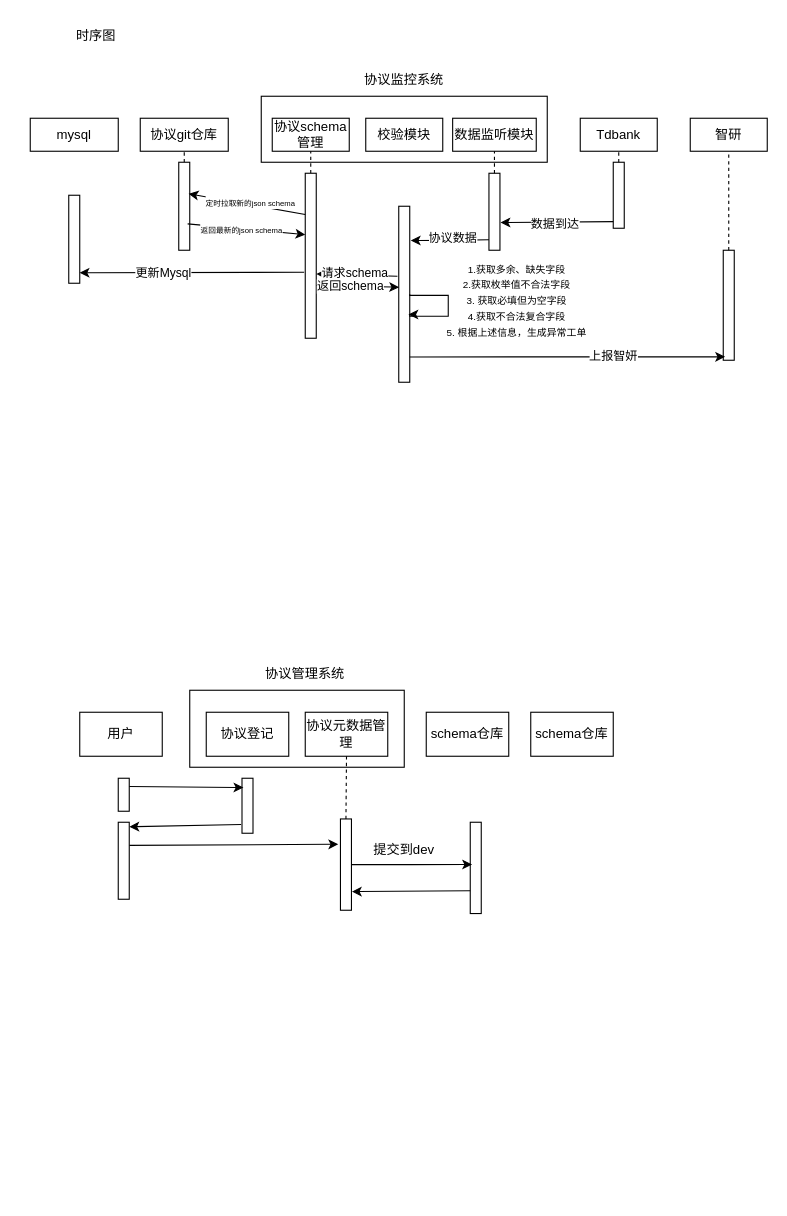
Earlier version of the draw.io diagram 协议治理-设计.drawio (ksd11/charts). Source tidied: cells renumbered, new cells numbered last; positions are measured from the earlier drawing's top-left corner, leaving out a move shared by most shapes. Both pictures are drawn from the tidied source at 110%, with x=0, y=0 at pixel (30, 19).
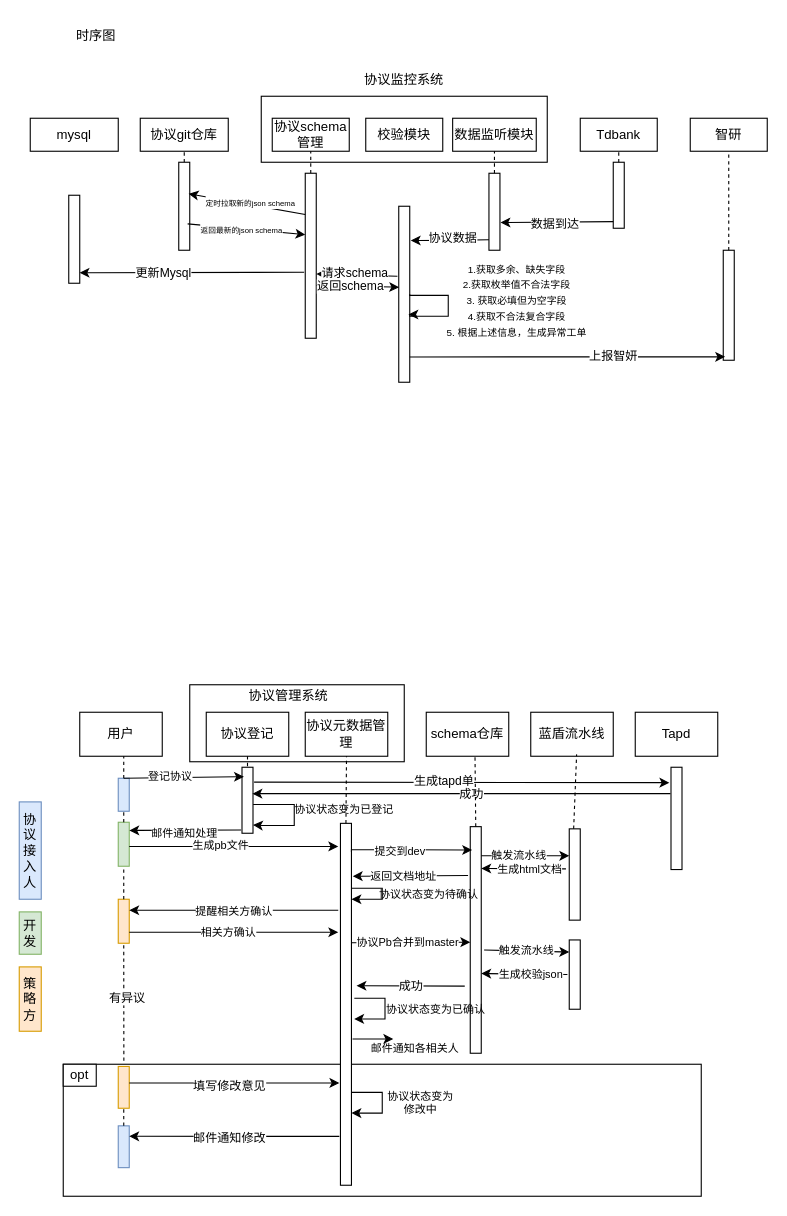
The same diagram, later.

Commit message (it also covers changes not shown here):
更新协议治理-设计.drawio

The change refers to these unchanged cells:
```xml
<mxCell id="44" value="协议登记" style="rounded=0;whiteSpace=wrap;html=1;" parent="1" vertex="1">
  <mxGeometry x="160" y="630" width="75" height="40" as="geometry" />
</mxCell>
<mxCell id="55" value="schema仓库" style="rounded=0;whiteSpace=wrap;html=1;" parent="1" vertex="1">
  <mxGeometry x="360" y="630" width="75" height="40" as="geometry" />
</mxCell>
```

What changed in the source:
```diff
@@
+    <mxCell id="61" style="rounded=0;whiteSpace=wrap;html=1;" parent="1" vertex="1">
+      <mxGeometry x="30" y="950" width="580" height="120" as="geometry" />
+    </mxCell>
     <mxCell id="2" style="rounded=0;whiteSpace=wrap;html=1;" parent="1" vertex="1">
-      <mxGeometry x="145" y="610" width="195" height="70" as="geometry" />
+      <mxGeometry x="145" y="605" width="195" height="70" as="geometry" />
     </mxCell>
@@
     <mxCell id="45" value="协议管理系统" style="text;html=1;align=center;verticalAlign=middle;whiteSpace=wrap;rounded=0;" parent="1" vertex="1">
-      <mxGeometry x="205" y="580" width="90" height="30" as="geometry" />
+      <mxGeometry x="190" y="600" width="90" height="30" as="geometry" />
     </mxCell>
-    <mxCell id="46" style="rounded=0;whiteSpace=wrap;html=1;" parent="1" vertex="1">
+    <mxCell id="46" style="rounded=0;whiteSpace=wrap;html=1;fillColor=#dae8fc;strokeColor=#6c8ebf;" parent="1" vertex="1">
       <mxGeometry x="80" y="690" width="10" height="30" as="geometry" />
     </mxCell>
@@
     <mxCell id="48" style="rounded=0;whiteSpace=wrap;html=1;" parent="1" vertex="1">
-      <mxGeometry x="192.5" y="690" width="10" height="50" as="geometry" />
+      <mxGeometry x="192.5" y="680" width="10" height="60" as="geometry" />
     </mxCell>
     <mxCell id="49" style="rounded=0;whiteSpace=wrap;html=1;" parent="1" vertex="1">
-      <mxGeometry x="282" y="727" width="10" height="83" as="geometry" />
+      <mxGeometry x="282" y="731" width="10" height="329" as="geometry" />
     </mxCell>
-    <mxCell id="50" style="endArrow=classic;html=1;rounded=0;exitX=1;exitY=0.25;exitDx=0;exitDy=0;entryX=0.129;entryY=0.17;entryDx=0;entryDy=0;entryPerimeter=0;" parent="1" edge="1" source="46" target="48">
+    <mxCell id="50" style="endArrow=classic;html=1;rounded=0;exitX=0.5;exitY=0;exitDx=0;exitDy=0;entryX=0.177;entryY=0.142;entryDx=0;entryDy=0;entryPerimeter=0;" parent="1" edge="1" source="46" target="48">
       <mxGeometry relative="1" as="geometry" />
     </mxCell>
+    <mxCell id="62" value="登记协议" style="edgeLabel;html=1;align=center;verticalAlign=middle;fontSize=10;" parent="50" vertex="1">
+      <mxGeometry x="-0.27" y="3" relative="1" as="geometry">
+        <mxPoint x="2" y="1" as="offset" />
+      </mxGeometry>
+    </mxCell>
-    <mxCell id="51" style="rounded=0;whiteSpace=wrap;html=1;" parent="1" vertex="1">
-      <mxGeometry x="80" y="730" width="10" height="70" as="geometry" />
+    <mxCell id="51" style="rounded=0;whiteSpace=wrap;html=1;fillColor=#d5e8d4;strokeColor=#82b366;" parent="1" vertex="1">
+      <mxGeometry x="80" y="730" width="10" height="40" as="geometry" />
     </mxCell>
-    <mxCell id="52" style="endArrow=classic;html=1;rounded=0;exitX=-0.082;exitY=0.841;exitDx=0;exitDy=0;entryX=1.011;entryY=0.059;entryDx=0;entryDy=0;entryPerimeter=0;exitPerimeter=0;" parent="1" edge="1" source="48" target="51">
-      <mxGeometry relative="1" as="geometry" />
+    <mxCell id="52" style="endArrow=classic;html=1;rounded=0;exitX=-0.082;exitY=0.841;exitDx=0;exitDy=0;entryX=1.011;entryY=0.059;entryDx=0;entryDy=0;entryPerimeter=0;exitPerimeter=0;" parent="1" edge="1">
+      <mxGeometry relative="1" as="geometry">
+        <mxPoint x="191.7" y="737" as="sourcePoint" />
+        <mxPoint x="90.1" y="737.4" as="targetPoint" />
+      </mxGeometry>
     </mxCell>
+    <mxCell id="63" value="邮件通知处理" style="edgeLabel;html=1;align=center;verticalAlign=middle;fontSize=10;" parent="52" vertex="1">
+      <mxGeometry x="0.02" y="2" relative="1" as="geometry" />
+    </mxCell>
-    <mxCell id="53" style="endArrow=classic;html=1;rounded=0;exitX=1.011;exitY=0.3;exitDx=0;exitDy=0;exitPerimeter=0;" parent="1" edge="1" source="51">
+    <mxCell id="53" style="endArrow=classic;html=1;rounded=0;" parent="1" edge="1">
       <mxGeometry relative="1" as="geometry">
-        <mxPoint x="280" y="750" as="targetPoint" />
+        <mxPoint x="90" y="752" as="sourcePoint" />
+        <mxPoint x="280" y="752" as="targetPoint" />
       </mxGeometry>
     </mxCell>
+    <mxCell id="64" value="生成pb文件" style="edgeLabel;html=1;align=center;verticalAlign=middle;fontSize=10;" parent="53" vertex="1">
+      <mxGeometry x="-0.14" y="2" relative="1" as="geometry" />
+    </mxCell>
@@
     <mxCell id="56" style="rounded=0;whiteSpace=wrap;html=1;" parent="1" vertex="1">
-      <mxGeometry x="400" y="730" width="10" height="83" as="geometry" />
+      <mxGeometry x="400" y="734" width="10" height="206" as="geometry" />
     </mxCell>
-    <mxCell id="57" style="edgeStyle=orthogonalEdgeStyle;rounded=0;jettySize=auto;html=1;exitX=1;exitY=0.5;exitDx=0;exitDy=0;entryX=0.168;entryY=0.462;entryDx=0;entryDy=0;entryPerimeter=0;" parent="1" edge="1" source="49" target="56">
-      <mxGeometry relative="1" as="geometry" />
+    <mxCell id="57" style="edgeStyle=orthogonalEdgeStyle;rounded=0;orthogonalLoop=1;jettySize=auto;html=1;exitX=1;exitY=0.25;exitDx=0;exitDy=0;entryX=0.168;entryY=0.462;entryDx=0;entryDy=0;entryPerimeter=0;" parent="1" edge="1">
+      <mxGeometry relative="1" as="geometry">
+        <mxPoint x="292" y="757.2" as="sourcePoint" />
+        <mxPoint x="401.7" y="755.3" as="targetPoint" />
+        <Array as="points">
+          <mxPoint x="292" y="755" />
+          <mxPoint x="346" y="755" />
+        </Array>
+      </mxGeometry>
     </mxCell>
-    <mxCell id="58" value="提交到dev" style="text;html=1;align=center;verticalAlign=middle;whiteSpace=wrap;rounded=0;" parent="1" vertex="1">
-      <mxGeometry x="310" y="740" width="60" height="30" as="geometry" />
+    <mxCell id="58" value="&lt;span style=&quot;font-size: 10px;&quot;&gt;提交到dev&lt;/span&gt;" style="edgeLabel;html=1;align=center;verticalAlign=middle;" parent="57" vertex="1">
+      <mxGeometry x="-0.17" relative="1" as="geometry" />
     </mxCell>
-    <mxCell id="59" style="endArrow=classic;html=1;rounded=0;exitX=0;exitY=0.75;exitDx=0;exitDy=0;entryX=1.038;entryY=0.796;entryDx=0;entryDy=0;entryPerimeter=0;" parent="1" edge="1" source="56" target="49">
-      <mxGeometry relative="1" as="geometry" />
+    <mxCell id="59" style="endArrow=classic;html=1;rounded=0;exitX=-0.195;exitY=0.298;exitDx=0;exitDy=0;entryX=1.119;entryY=0.198;entryDx=0;entryDy=0;entryPerimeter=0;exitPerimeter=0;" parent="1" edge="1">
+      <mxGeometry relative="1" as="geometry">
+        <mxPoint x="398" y="778.4" as="sourcePoint" />
+        <mxPoint x="293.2" y="779.1" as="targetPoint" />
+      </mxGeometry>
     </mxCell>
+    <mxCell id="65" value="返回文档地址" style="edgeLabel;html=1;align=center;verticalAlign=middle;fontSize=10;" parent="59" vertex="1">
+      <mxGeometry x="0.15" relative="1" as="geometry" />
+    </mxCell>
-    <mxCell id="60" value="schema仓库" style="rounded=0;whiteSpace=wrap;html=1;" parent="1" vertex="1">
+    <mxCell id="60" value="蓝盾流水线" style="rounded=0;whiteSpace=wrap;html=1;" parent="1" vertex="1">
       <mxGeometry x="455" y="630" width="75" height="40" as="geometry" />
     </mxCell>
+    <mxCell id="66" style="rounded=0;whiteSpace=wrap;html=1;" parent="1" vertex="1">
+      <mxGeometry x="490" y="736" width="10" height="83" as="geometry" />
+    </mxCell>
+    <mxCell id="67" style="endArrow=classic;html=1;rounded=0;entryX=0;entryY=0.5;entryDx=0;entryDy=0;" parent="1" edge="1">
+      <mxGeometry relative="1" as="geometry">
+        <mxPoint x="410" y="760.5" as="sourcePoint" />
+        <mxPoint x="490" y="760.5" as="targetPoint" />
+      </mxGeometry>
+    </mxCell>
+    <mxCell id="68" value="触发流水线" style="edgeLabel;html=1;align=center;verticalAlign=middle;fontSize=10;" parent="67" vertex="1">
+      <mxGeometry x="-0.17" relative="1" as="geometry">
+        <mxPoint y="-1" as="offset" />
+      </mxGeometry>
+    </mxCell>
+    <mxCell id="69" style="endArrow=classic;html=1;rounded=0;exitX=-0.303;exitY=0.655;exitDx=0;exitDy=0;exitPerimeter=0;" parent="1" edge="1">
+      <mxGeometry relative="1" as="geometry">
+        <mxPoint x="487" y="772.4" as="sourcePoint" />
+        <mxPoint x="410" y="772" as="targetPoint" />
+      </mxGeometry>
+    </mxCell>
+    <mxCell id="70" value="生成html文档" style="edgeLabel;html=1;align=center;verticalAlign=middle;fontSize=10;" parent="69" vertex="1">
+      <mxGeometry x="-0.12" relative="1" as="geometry" />
+    </mxCell>
+    <mxCell id="71" style="rounded=0;whiteSpace=wrap;html=1;fillColor=#ffe6cc;strokeColor=#d79b00;" parent="1" vertex="1">
+      <mxGeometry x="80" y="800" width="10" height="40" as="geometry" />
+    </mxCell>
+    <mxCell id="72" value="Tapd" style="rounded=0;whiteSpace=wrap;html=1;" parent="1" vertex="1">
+      <mxGeometry x="550" y="630" width="75" height="40" as="geometry" />
+    </mxCell>
+    <mxCell id="73" style="endArrow=classic;html=1;rounded=0;exitX=1;exitY=0.25;exitDx=0;exitDy=0;" parent="1" edge="1">
+      <mxGeometry relative="1" as="geometry">
+        <mxPoint x="203.5" y="693.5" as="sourcePoint" />
+        <mxPoint x="581" y="694" as="targetPoint" />
+      </mxGeometry>
+    </mxCell>
+    <mxCell id="74" value="生成tapd单" style="edgeLabel;html=1;align=center;verticalAlign=middle;" parent="73" vertex="1">
+      <mxGeometry x="-0.09" y="1" relative="1" as="geometry" />
+    </mxCell>
+    <mxCell id="75" style="rounded=0;whiteSpace=wrap;html=1;" parent="1" vertex="1">
+      <mxGeometry x="582.5" y="680" width="10" height="93" as="geometry" />
+    </mxCell>
+    <mxCell id="76" style="endArrow=classic;html=1;rounded=0;edgeStyle=orthogonalEdgeStyle;exitX=1.015;exitY=0.375;exitDx=0;exitDy=0;exitPerimeter=0;entryX=1;entryY=0.75;entryDx=0;entryDy=0;" parent="1" edge="1">
+      <mxGeometry relative="1" as="geometry">
+        <mxPoint x="202.6" y="713.8" as="sourcePoint" />
+        <mxPoint x="202.5" y="732.5" as="targetPoint" />
+        <Array as="points">
+          <mxPoint x="240" y="714" />
+          <mxPoint x="240" y="733" />
+          <mxPoint x="210" y="733" />
+        </Array>
+      </mxGeometry>
+    </mxCell>
+    <mxCell id="77" value="协议状态变为已登记" style="text;html=1;align=center;verticalAlign=middle;whiteSpace=wrap;rounded=0;fontSize=10;" parent="1" vertex="1">
+      <mxGeometry x="227.5" y="703" width="115" height="30" as="geometry" />
+    </mxCell>
+    <mxCell id="78" style="endArrow=classic;html=1;rounded=0;entryX=1;entryY=0.25;entryDx=0;entryDy=0;" parent="1" edge="1" target="71">
+      <mxGeometry relative="1" as="geometry">
+        <mxPoint x="280" y="810" as="sourcePoint" />
+      </mxGeometry>
+    </mxCell>
+    <mxCell id="79" value="提醒相关方确认" style="edgeLabel;html=1;align=center;verticalAlign=middle;fontSize=10;" parent="78" vertex="1">
+      <mxGeometry x="0.01" relative="1" as="geometry" />
+    </mxCell>
+    <mxCell id="80" style="endArrow=classic;html=1;rounded=0;exitX=1;exitY=0.75;exitDx=0;exitDy=0;" parent="1" edge="1" source="71">
+      <mxGeometry relative="1" as="geometry">
+        <mxPoint x="280" y="830" as="targetPoint" />
+      </mxGeometry>
+    </mxCell>
+    <mxCell id="81" value="相关方确认" style="edgeLabel;html=1;align=center;verticalAlign=middle;fontSize=10;" parent="80" vertex="1">
+      <mxGeometry x="-0.06" y="1" relative="1" as="geometry" />
+    </mxCell>
+    <mxCell id="82" value="协议状态变为已确认" style="text;html=1;align=center;verticalAlign=middle;whiteSpace=wrap;rounded=0;fontSize=10;" parent="1" vertex="1">
+      <mxGeometry x="311" y="884.5" width="116" height="30" as="geometry" />
+    </mxCell>
+    <mxCell id="83" style="endArrow=classic;html=1;rounded=0;entryX=0;entryY=0.66;entryDx=0;entryDy=0;entryPerimeter=0;exitX=1.011;exitY=0.424;exitDx=0;exitDy=0;exitPerimeter=0;" parent="1" edge="1">
+      <mxGeometry relative="1" as="geometry">
+        <mxPoint x="292.1" y="839.5" as="sourcePoint" />
+        <mxPoint x="400" y="839" as="targetPoint" />
+      </mxGeometry>
+    </mxCell>
+    <mxCell id="84" value="协议Pb合并到master" style="edgeLabel;html=1;align=center;verticalAlign=middle;fontSize=10;" parent="83" vertex="1">
+      <mxGeometry x="-0.18" y="-1" relative="1" as="geometry">
+        <mxPoint x="6" y="-2" as="offset" />
+      </mxGeometry>
+    </mxCell>
+    <mxCell id="85" style="rounded=0;whiteSpace=wrap;html=1;" parent="1" vertex="1">
+      <mxGeometry x="490" y="837" width="10" height="63" as="geometry" />
+    </mxCell>
+    <mxCell id="86" style="endArrow=classic;html=1;rounded=0;exitX=1.265;exitY=0.7;exitDx=0;exitDy=0;exitPerimeter=0;" parent="1" edge="1">
+      <mxGeometry relative="1" as="geometry">
+        <mxPoint x="412.6" y="846.2" as="sourcePoint" />
+        <mxPoint x="490" y="848" as="targetPoint" />
+      </mxGeometry>
+    </mxCell>
+    <mxCell id="87" value="触发流水线" style="edgeLabel;html=1;align=center;verticalAlign=middle;fontSize=10;" parent="86" vertex="1">
+      <mxGeometry x="-0.38" y="-2" relative="1" as="geometry">
+        <mxPoint x="14" y="-3" as="offset" />
+      </mxGeometry>
+    </mxCell>
+    <mxCell id="88" style="endArrow=classic;html=1;rounded=0;exitX=-0.168;exitY=0.367;exitDx=0;exitDy=0;exitPerimeter=0;entryX=1;entryY=0.75;entryDx=0;entryDy=0;" parent="1" edge="1">
+      <mxGeometry relative="1" as="geometry">
+        <mxPoint x="488.3" y="868.4" as="sourcePoint" />
+        <mxPoint x="410" y="867.5" as="targetPoint" />
+      </mxGeometry>
+    </mxCell>
+    <mxCell id="89" value="生成校验json" style="edgeLabel;html=1;align=center;verticalAlign=middle;fontSize=10;" parent="88" vertex="1">
+      <mxGeometry x="0.08" y="2" relative="1" as="geometry">
+        <mxPoint x="8" y="-2" as="offset" />
+      </mxGeometry>
+    </mxCell>
+    <mxCell id="90" value="成功" style="endArrow=classic;html=1;rounded=0;entryX=0.957;entryY=0.549;entryDx=0;entryDy=0;entryPerimeter=0;" parent="1" edge="1">
+      <mxGeometry relative="1" as="geometry">
+        <mxPoint x="395" y="879" as="sourcePoint" />
+        <mxPoint x="296.6" y="878.6" as="targetPoint" />
+      </mxGeometry>
+    </mxCell>
+    <mxCell id="91" style="endArrow=classic;html=1;rounded=0;edgeStyle=orthogonalEdgeStyle;exitX=1.015;exitY=0.375;exitDx=0;exitDy=0;exitPerimeter=0;" parent="1" edge="1">
+      <mxGeometry relative="1" as="geometry">
+        <mxPoint x="292.1" y="790" as="sourcePoint" />
+        <mxPoint x="292" y="800" as="targetPoint" />
+        <Array as="points">
+          <mxPoint x="320" y="790" />
+          <mxPoint x="320" y="800" />
+          <mxPoint x="292" y="800" />
+        </Array>
+      </mxGeometry>
+    </mxCell>
+    <mxCell id="92" value="&lt;span style=&quot;font-size: 10px; text-wrap: nowrap; background-color: rgb(255, 255, 255);&quot;&gt;邮件通知各相关人&lt;/span&gt;" style="text;html=1;align=center;verticalAlign=middle;whiteSpace=wrap;rounded=0;fontSize=10;" parent="1" vertex="1">
+      <mxGeometry x="320" y="920" width="60" height="30" as="geometry" />
+    </mxCell>
+    <mxCell id="93" style="endArrow=classic;html=1;rounded=0;" parent="1" edge="1">
+      <mxGeometry relative="1" as="geometry">
+        <mxPoint x="293" y="927" as="sourcePoint" />
+        <mxPoint x="330" y="927" as="targetPoint" />
+      </mxGeometry>
+    </mxCell>
+    <mxCell id="94" style="endArrow=none;dashed=1;html=1;rounded=0;entryX=0.5;entryY=1;entryDx=0;entryDy=0;exitX=0.376;exitY=-0.053;exitDx=0;exitDy=0;exitPerimeter=0;" parent="1" edge="1" target="71">
+      <mxGeometry relative="1" as="geometry">
+        <mxPoint x="85.1" y="946.8" as="sourcePoint" />
+      </mxGeometry>
+    </mxCell>
+    <mxCell id="95" value="有异议" style="edgeLabel;html=1;align=center;verticalAlign=middle;" parent="94" vertex="1">
+      <mxGeometry x="0.07" y="-2" relative="1" as="geometry" />
+    </mxCell>
+    <mxCell id="96" style="rounded=0;whiteSpace=wrap;html=1;fillColor=#ffe6cc;strokeColor=#d79b00;" parent="1" vertex="1">
+      <mxGeometry x="80" y="952" width="10" height="38" as="geometry" />
+    </mxCell>
+    <mxCell id="97" style="endArrow=classic;html=1;rounded=0;" parent="1" edge="1">
+      <mxGeometry relative="1" as="geometry">
+        <mxPoint x="90" y="967" as="sourcePoint" />
+        <mxPoint x="281" y="967" as="targetPoint" />
+      </mxGeometry>
+    </mxCell>
+    <mxCell id="98" value="填写修改意见" style="edgeLabel;html=1;align=center;verticalAlign=middle;" parent="97" vertex="1">
+      <mxGeometry x="-0.06" y="-2" relative="1" as="geometry" />
+    </mxCell>
+    <mxCell id="99" style="endArrow=classic;html=1;rounded=0;edgeStyle=orthogonalEdgeStyle;exitX=1.015;exitY=0.375;exitDx=0;exitDy=0;exitPerimeter=0;entryX=1;entryY=0.75;entryDx=0;entryDy=0;" parent="1" edge="1">
+      <mxGeometry relative="1" as="geometry">
+        <mxPoint x="292.1" y="975.6" as="sourcePoint" />
+        <mxPoint x="292" y="994.4" as="targetPoint" />
+        <Array as="points">
+          <mxPoint x="320" y="975.6" />
+          <mxPoint x="320" y="994.6" />
+        </Array>
+      </mxGeometry>
+    </mxCell>
+    <mxCell id="100" value="协议状态变为修改中" style="text;html=1;align=center;verticalAlign=middle;whiteSpace=wrap;rounded=0;fontSize=10;" parent="1" vertex="1">
+      <mxGeometry x="323.5" y="970" width="61.5" height="30" as="geometry" />
+    </mxCell>
+    <mxCell id="101" style="endArrow=classic;html=1;rounded=0;edgeStyle=orthogonalEdgeStyle;exitX=1.015;exitY=0.375;exitDx=0;exitDy=0;exitPerimeter=0;entryX=1;entryY=0.75;entryDx=0;entryDy=0;" parent="1" edge="1">
+      <mxGeometry relative="1" as="geometry">
+        <mxPoint x="294.6" y="890" as="sourcePoint" />
+        <mxPoint x="294.5" y="908.8" as="targetPoint" />
+        <Array as="points">
+          <mxPoint x="322.5" y="890" />
+          <mxPoint x="322.5" y="909" />
+        </Array>
+      </mxGeometry>
+    </mxCell>
+    <mxCell id="102" value="协议状态变为待确认" style="text;html=1;align=center;verticalAlign=middle;whiteSpace=wrap;rounded=0;fontSize=10;" parent="1" vertex="1">
+      <mxGeometry x="305" y="780" width="115" height="30" as="geometry" />
+    </mxCell>
+    <mxCell id="103" style="endArrow=classic;html=1;rounded=0;" parent="1" edge="1">
+      <mxGeometry relative="1" as="geometry">
+        <mxPoint x="582" y="704" as="sourcePoint" />
+        <mxPoint x="202" y="704" as="targetPoint" />
+      </mxGeometry>
+    </mxCell>
+    <mxCell id="104" value="成功" style="edgeLabel;html=1;align=center;verticalAlign=middle;" parent="103" vertex="1">
+      <mxGeometry x="-0.04" y="-1" relative="1" as="geometry" />
+    </mxCell>
+    <mxCell id="105" style="endArrow=none;dashed=1;html=1;rounded=0;" parent="1" edge="1">
+      <mxGeometry relative="1" as="geometry">
+        <mxPoint x="85" y="690" as="sourcePoint" />
+        <mxPoint x="85" y="670" as="targetPoint" />
+      </mxGeometry>
+    </mxCell>
+    <mxCell id="106" style="endArrow=none;dashed=1;html=1;rounded=0;exitX=0.5;exitY=1;exitDx=0;exitDy=0;entryX=0.5;entryY=0;entryDx=0;entryDy=0;" parent="1" edge="1" source="44" target="48">
+      <mxGeometry relative="1" as="geometry" />
+    </mxCell>
+    <mxCell id="107" style="endArrow=none;dashed=1;html=1;rounded=0;entryX=0.591;entryY=0.992;entryDx=0;entryDy=0;exitX=0.5;exitY=0;exitDx=0;exitDy=0;entryPerimeter=0;" parent="1" edge="1" source="56" target="55">
+      <mxGeometry relative="1" as="geometry" />
+    </mxCell>
+    <mxCell id="108" style="endArrow=none;dashed=1;html=1;rounded=0;entryX=0.569;entryY=0.958;entryDx=0;entryDy=0;exitX=0.5;exitY=0;exitDx=0;exitDy=0;entryPerimeter=0;" parent="1" edge="1">
+      <mxGeometry relative="1" as="geometry">
+        <mxPoint x="494" y="736" as="sourcePoint" />
+        <mxPoint x="496.7" y="668.3" as="targetPoint" />
+      </mxGeometry>
+    </mxCell>
+    <mxCell id="109" style="endArrow=none;dashed=1;html=1;rounded=0;entryX=0.5;entryY=1;entryDx=0;entryDy=0;exitX=0.5;exitY=0;exitDx=0;exitDy=0;" parent="1" edge="1" source="51" target="46">
+      <mxGeometry relative="1" as="geometry" />
+    </mxCell>
+    <mxCell id="110" style="endArrow=none;dashed=1;html=1;rounded=0;entryX=0.5;entryY=1;entryDx=0;entryDy=0;exitX=0.5;exitY=0;exitDx=0;exitDy=0;" parent="1" edge="1" source="71" target="51">
+      <mxGeometry relative="1" as="geometry" />
+    </mxCell>
+    <mxCell id="111" value="协议接入人" style="rounded=0;whiteSpace=wrap;html=1;fillColor=#dae8fc;strokeColor=#6c8ebf;" parent="1" vertex="1">
+      <mxGeometry x="-10" y="711.5" width="20" height="88.5" as="geometry" />
+    </mxCell>
+    <mxCell id="112" value="开发" style="rounded=0;whiteSpace=wrap;html=1;fillColor=#d5e8d4;strokeColor=#82b366;" parent="1" vertex="1">
+      <mxGeometry x="-10" y="811.5" width="20" height="38.5" as="geometry" />
+    </mxCell>
+    <mxCell id="113" value="策略方" style="rounded=0;whiteSpace=wrap;html=1;fillColor=#ffe6cc;strokeColor=#d79b00;" parent="1" vertex="1">
+      <mxGeometry x="-10" y="861.5" width="20" height="58.5" as="geometry" />
+    </mxCell>
+    <mxCell id="114" style="rounded=0;whiteSpace=wrap;html=1;fillColor=#dae8fc;strokeColor=#6c8ebf;" parent="1" vertex="1">
+      <mxGeometry x="80" y="1006" width="10" height="38" as="geometry" />
+    </mxCell>
+    <mxCell id="115" style="endArrow=classic;html=1;rounded=0;exitX=-0.1;exitY=0.865;exitDx=0;exitDy=0;exitPerimeter=0;entryX=1;entryY=0.25;entryDx=0;entryDy=0;" parent="1" edge="1" source="49" target="114">
+      <mxGeometry relative="1" as="geometry" />
+    </mxCell>
+    <mxCell id="116" value="邮件通知修改" style="edgeLabel;html=1;align=center;verticalAlign=middle;" parent="115" vertex="1">
+      <mxGeometry x="0.05" y="1" relative="1" as="geometry" />
+    </mxCell>
+    <mxCell id="117" value="opt" style="rounded=0;whiteSpace=wrap;html=1;" parent="1" vertex="1">
+      <mxGeometry x="30" y="950" width="30" height="20" as="geometry" />
+    </mxCell>
+    <mxCell id="118" style="endArrow=none;dashed=1;html=1;rounded=0;exitX=0.5;exitY=0;exitDx=0;exitDy=0;" parent="1" edge="1" source="114">
+      <mxGeometry relative="1" as="geometry">
+        <mxPoint x="85" y="990" as="targetPoint" />
+      </mxGeometry>
+    </mxCell>
```
